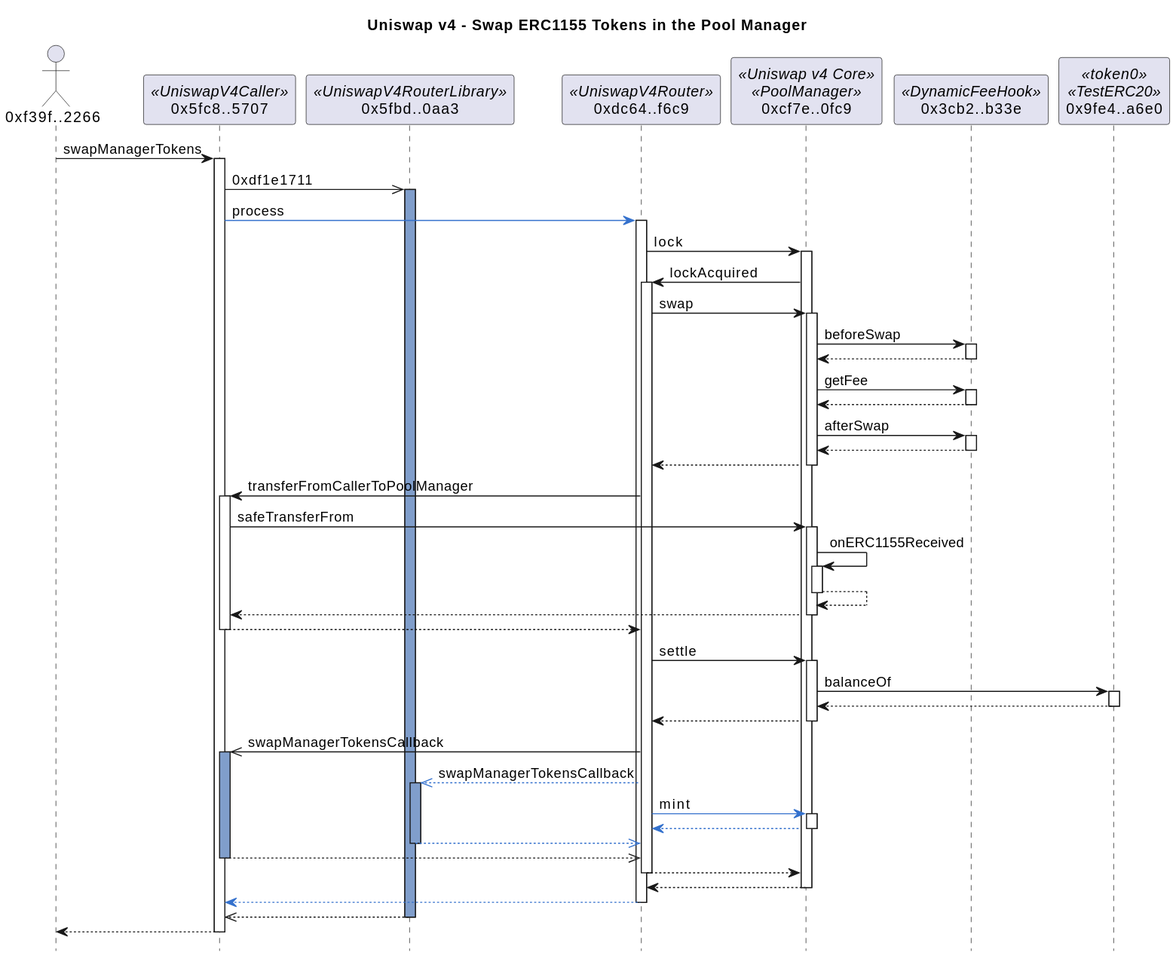
Above: docs/swapPoolManagerTokensSummary.svg in naddison36/uniswap-v4-hooks (PlantUML), before the change.
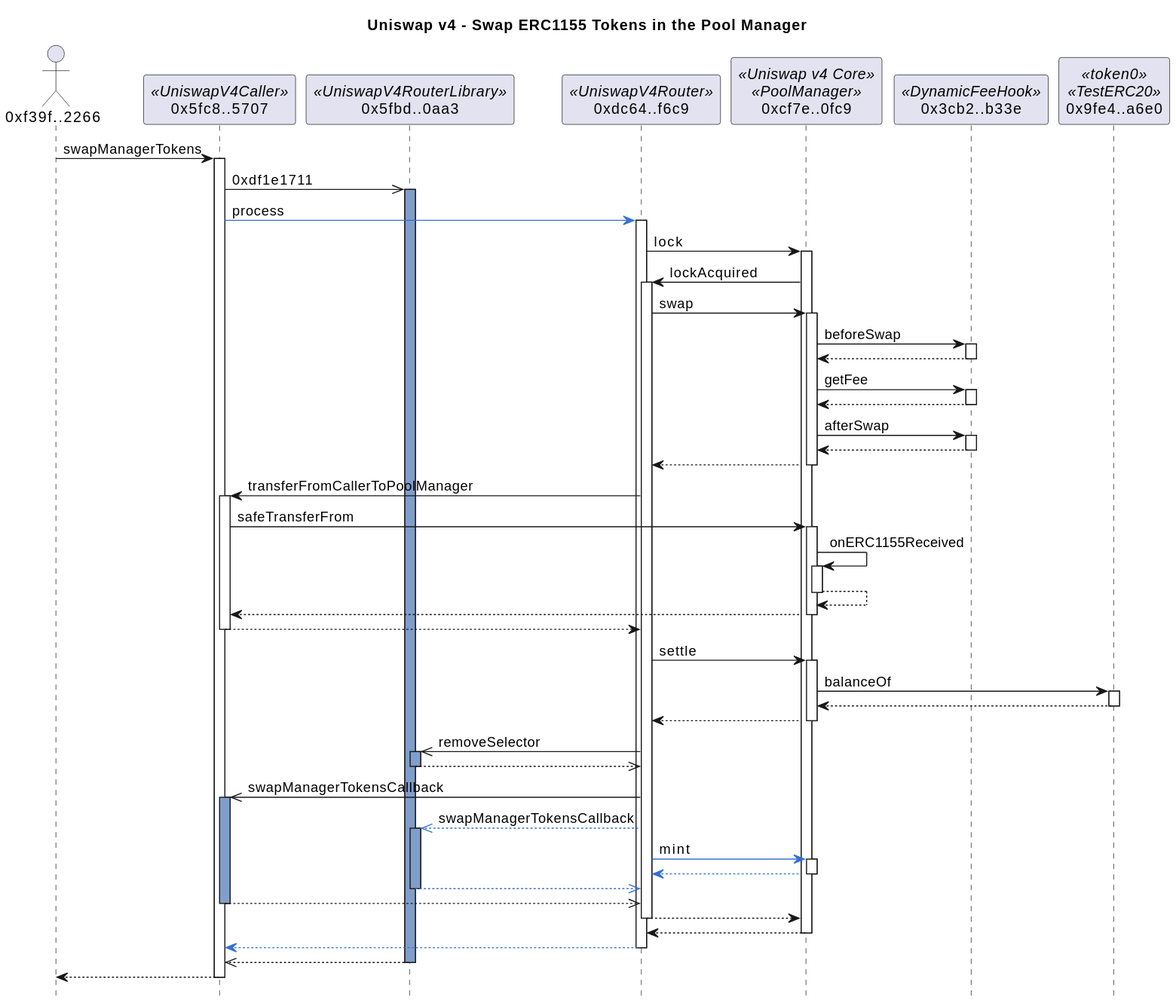
After the commit.

The edit, as a diff of the source:
```diff
@@ -47,6 +47,9 @@
 activate 9fe4a6e0
 return
 return
+dc64f6c9 ->> 5fbd0aa3: removeSelector
+activate 5fbd0aa3 #809ECB
+return
 dc64f6c9 ->> 5fc85707: swapManagerTokensCallback
 activate 5fc85707 #809ECB
 dc64f6c9 --[#3471CD]>> 5fbd0aa3: swapManagerTokensCallback
```
